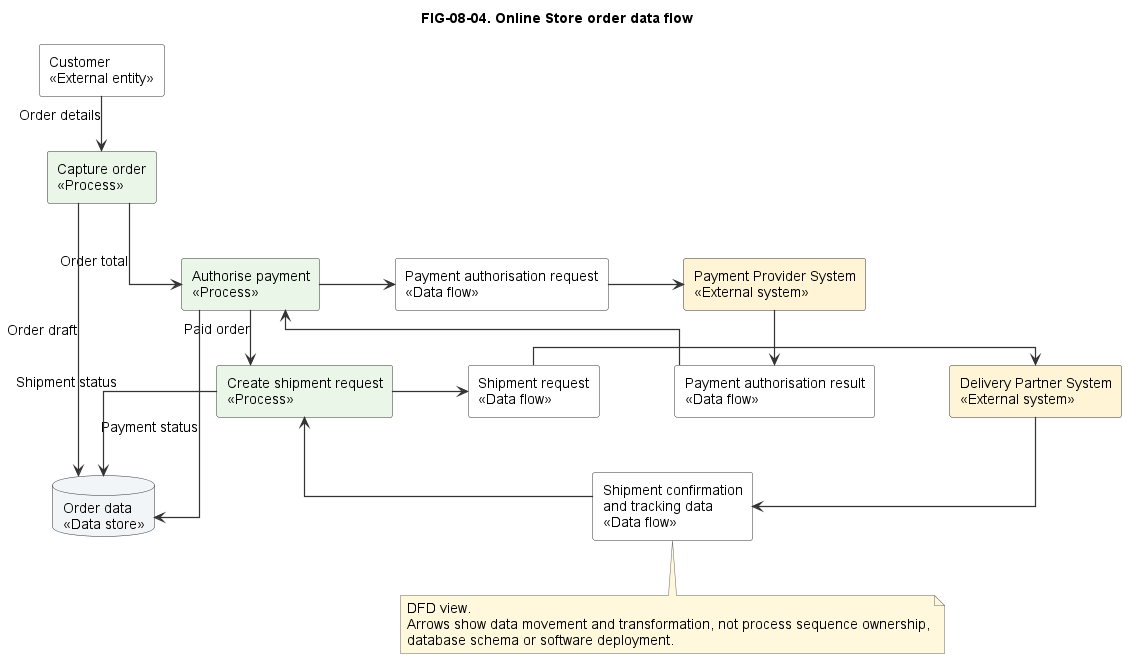
The PlantUML diagram diagrams/exported/png/FIG-08-04-online-store-order-data-flow.png in nishikanttiwari01/Architecture_Modelling, before a commit.
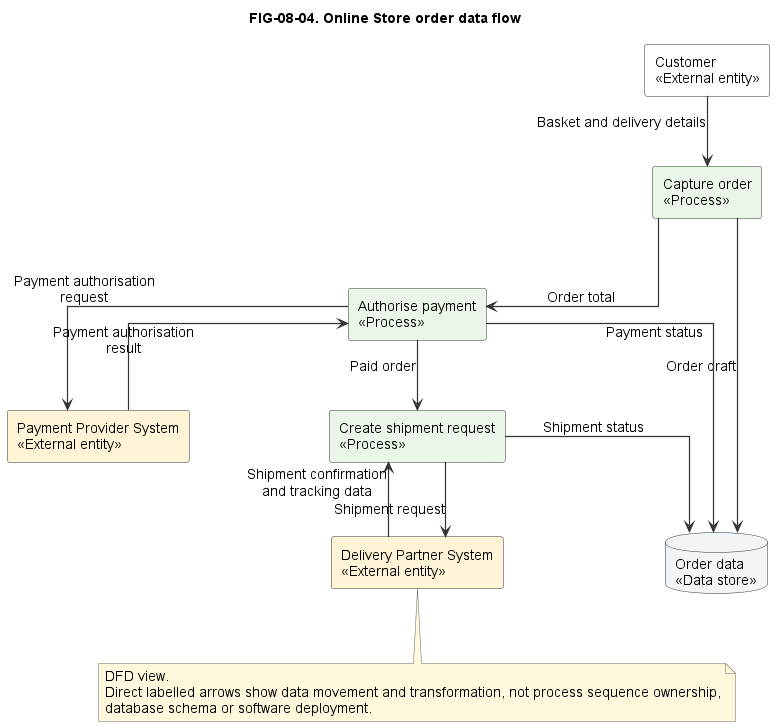
After the commit.

Commit message:
docs(ch08): correct DFD flow notation

The edit, as a diff of the source:
```diff
@@ -5,34 +5,26 @@
 title FIG-08-04. Online Store order data flow
 
 skinparam linetype ortho
-skinparam nodesep 75
-skinparam ranksep 55
+skinparam nodesep 140
+skinparam ranksep 70
 
 rectangle "Customer\n<<External entity>>" as Customer #FFFFFF
 rectangle "Capture order\n<<Process>>" as Capture #EAF6E8
 rectangle "Authorise payment\n<<Process>>" as PaymentProcess #EAF6E8
 rectangle "Create shipment request\n<<Process>>" as ShipmentProcess #EAF6E8
 database "Order data\n<<Data store>>" as OrderStore #F2F5F7
-rectangle "Payment Provider System\n<<External system>>" as PaymentProvider #FFF4D6
-rectangle "Delivery Partner System\n<<External system>>" as DeliveryPartner #FFF4D6
-rectangle "Payment authorisation request\n<<Data flow>>" as PaymentRequest #FFFFFF
-rectangle "Payment authorisation result\n<<Data flow>>" as PaymentResult #FFFFFF
-rectangle "Shipment request\n<<Data flow>>" as ShipmentRequest #FFFFFF
-rectangle "Shipment confirmation\nand tracking data\n<<Data flow>>" as ShipmentConfirmation #FFFFFF
+rectangle "Payment Provider System\n<<External entity>>" as PaymentProvider #FFF4D6
+rectangle "Delivery Partner System\n<<External entity>>" as DeliveryPartner #FFF4D6
 
-Customer --> Capture : Order details
+Customer --> Capture : Basket and delivery details
 Capture --> PaymentProcess : Order total
 PaymentProcess --> ShipmentProcess : Paid order
 
-PaymentProcess -right-> PaymentRequest
-PaymentRequest -right-> PaymentProvider
-PaymentProvider -down-> PaymentResult
-PaymentResult -left-> PaymentProcess
+PaymentProcess -right-> PaymentProvider : Payment authorisation\nrequest
+PaymentProvider -down-> PaymentProcess : Payment authorisation\nresult
 
-ShipmentProcess -right-> ShipmentRequest
-ShipmentRequest -right-> DeliveryPartner
-DeliveryPartner -down-> ShipmentConfirmation
-ShipmentConfirmation -left-> ShipmentProcess
+ShipmentProcess -right-> DeliveryPartner : Shipment request
+DeliveryPartner -down-> ShipmentProcess : Shipment confirmation\nand tracking data
 
 Capture --> OrderStore : Order draft
 PaymentProcess --> OrderStore : Payment status
@@ -40,7 +32,7 @@
 
 note bottom
   DFD view.
-  Arrows show data movement and transformation, not process sequence ownership,
+  Direct labelled arrows show data movement and transformation, not process sequence ownership,
   database schema or software deployment.
 end note
 @enduml
```
